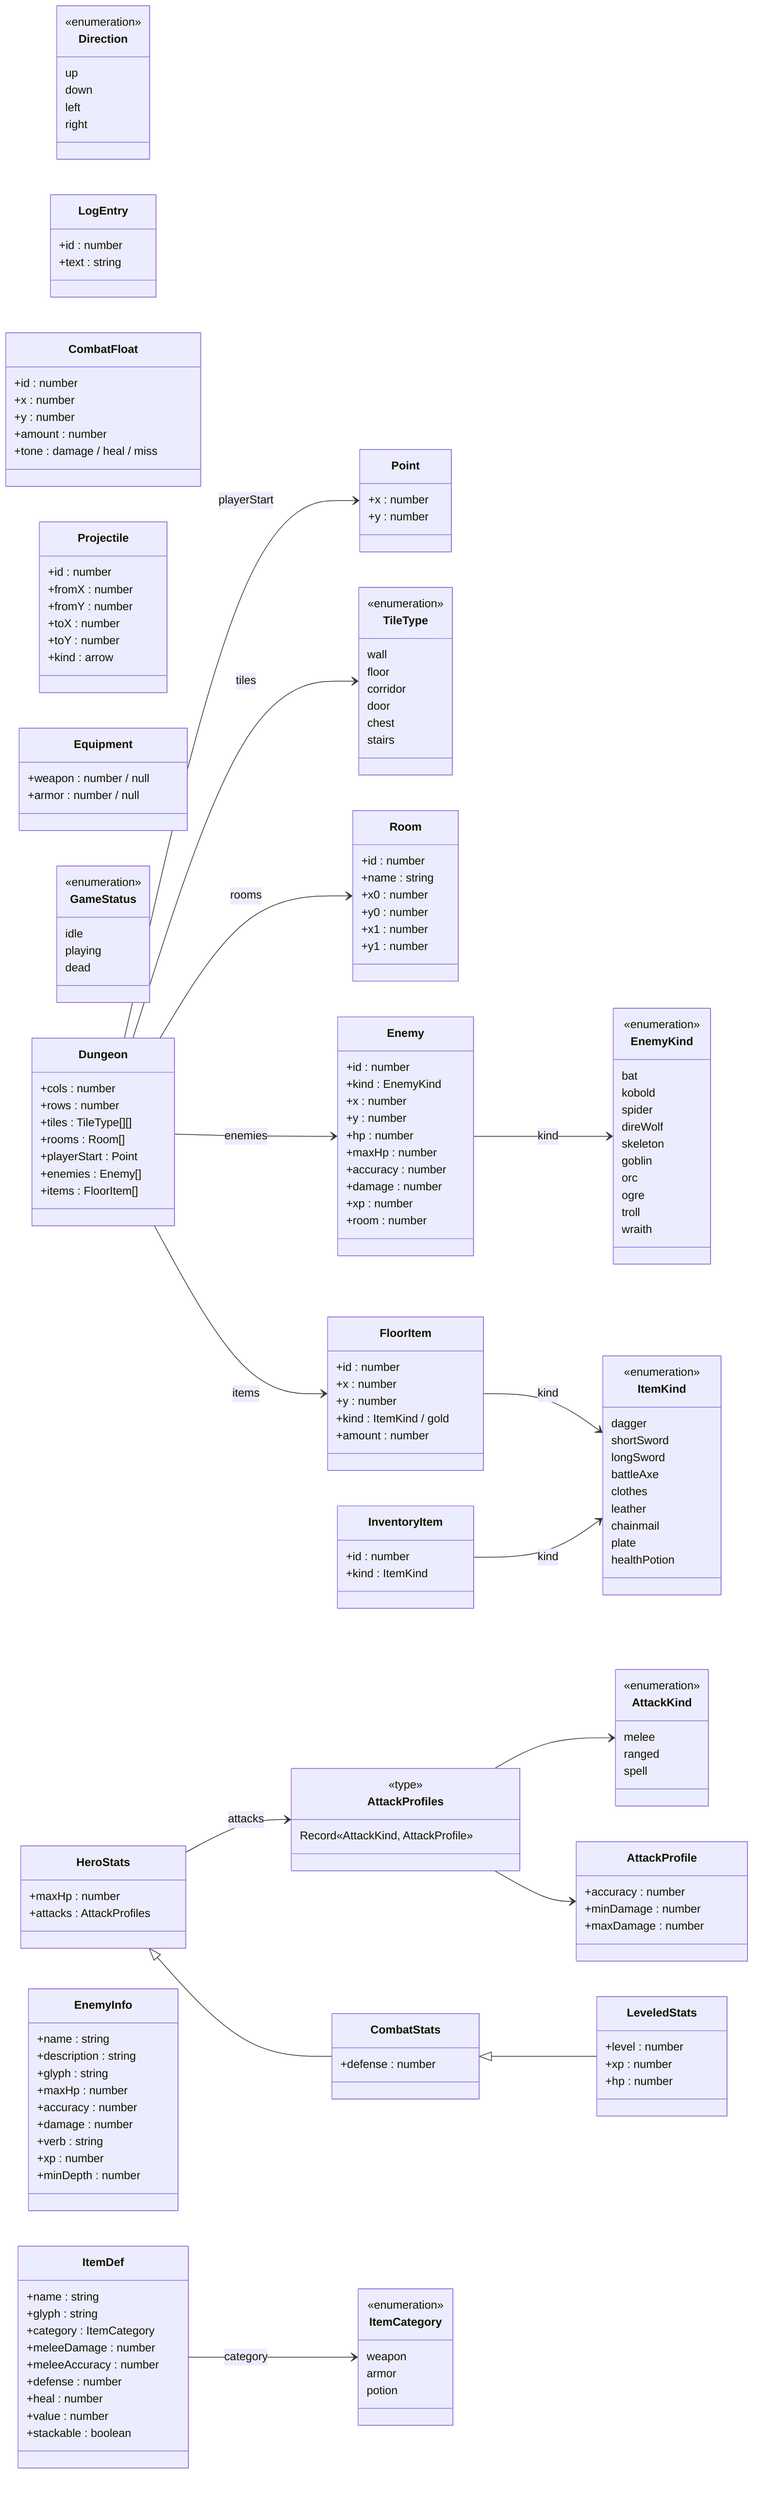
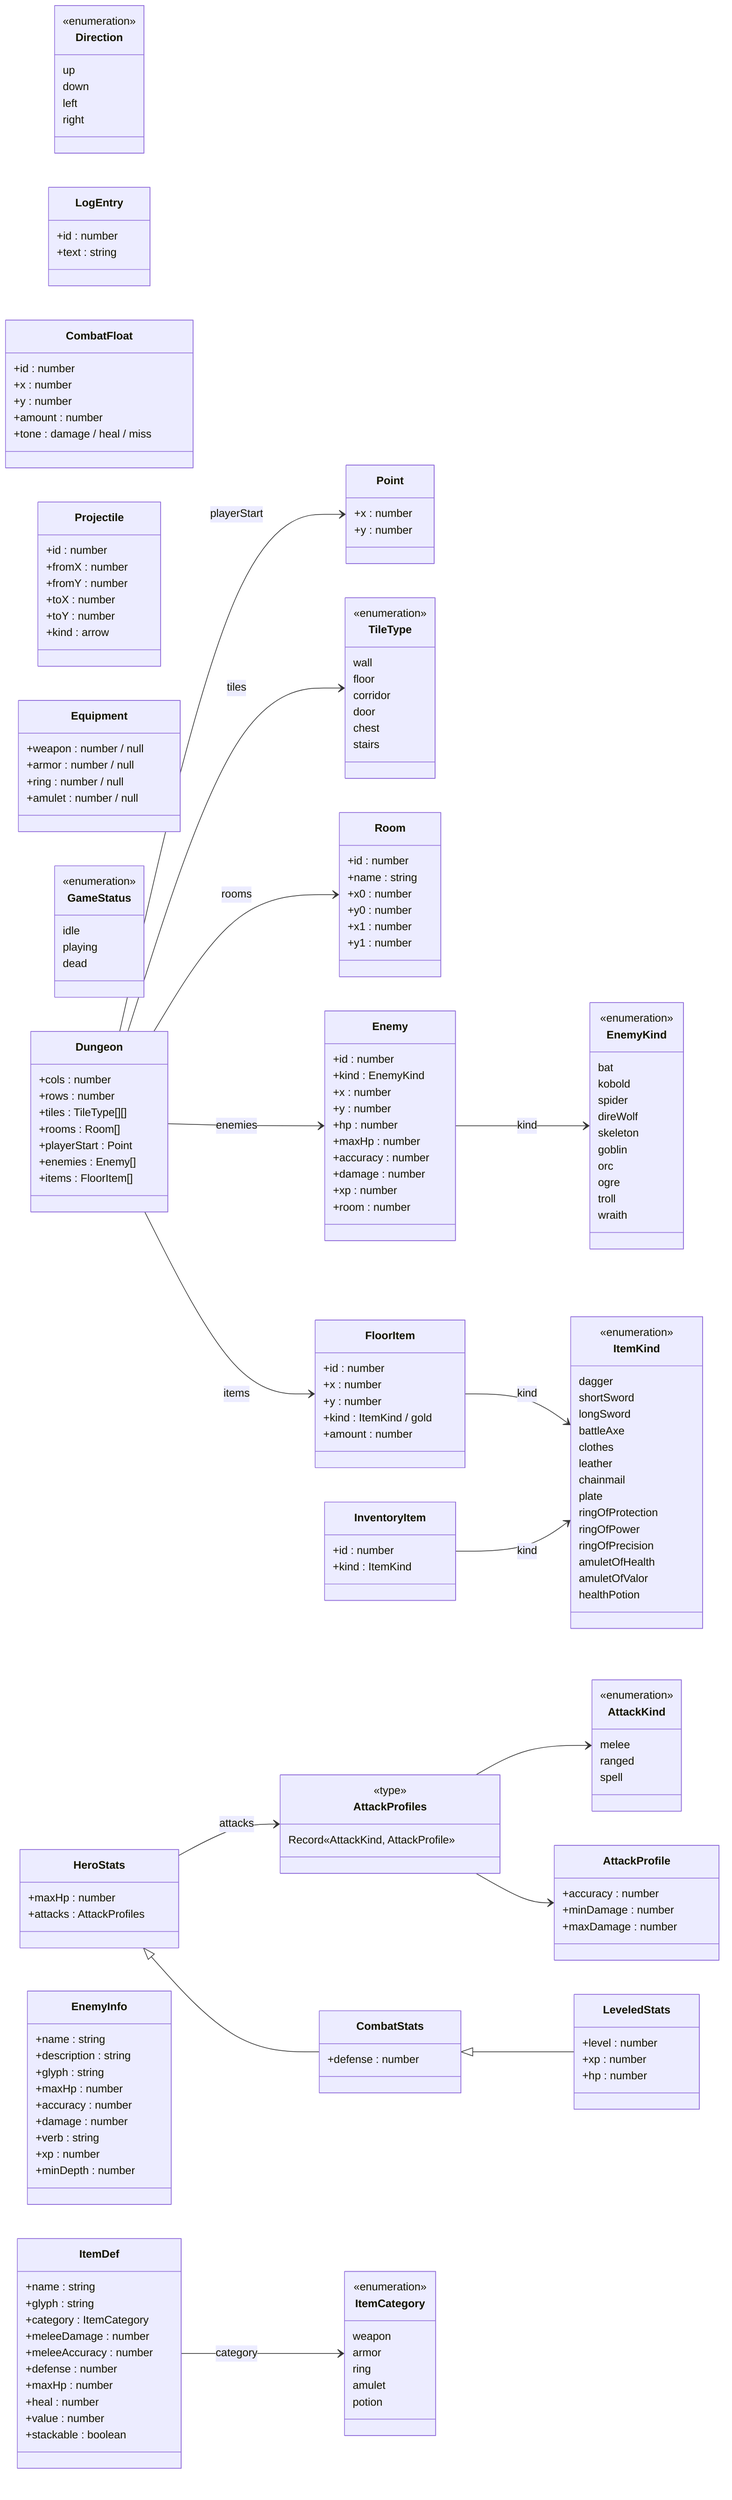
classDiagram
  direction LR
  class Point {
    +x : number
    +y : number
  }
  class Direction {
    <<enumeration>>
    up
    down
    left
    right
  }
  class TileType {
    <<enumeration>>
    wall
    floor
    corridor
    door
    chest
    stairs
  }
  class Room {
    +id : number
    +name : string
    +x0 : number
    +y0 : number
    +x1 : number
    +y1 : number
  }
  class LogEntry {
    +id : number
    +text : string
  }
  class CombatFloat {
    +id : number
    +x : number
    +y : number
    +amount : number
    +tone : damage / heal / miss
  }
  class Projectile {
    +id : number
    +fromX : number
    +fromY : number
    +toX : number
    +toY : number
    +kind : arrow
  }
  class InventoryItem {
    +id : number
    +kind : ItemKind
  }
  class FloorItem {
    +id : number
    +x : number
    +y : number
    +kind : ItemKind / gold
    +amount : number
  }
  class Equipment {
    +weapon : number / null
    +armor : number / null
+     +ring : number / null
+     +amulet : number / null
  }
  class AttackKind {
    <<enumeration>>
    melee
    ranged
    spell
  }
  class AttackProfile {
    +accuracy : number
    +minDamage : number
    +maxDamage : number
  }
  class AttackProfiles {
    <<type>>
    Record«AttackKind, AttackProfile»
  }
  class Enemy {
    +id : number
    +kind : EnemyKind
    +x : number
    +y : number
    +hp : number
    +maxHp : number
    +accuracy : number
    +damage : number
    +xp : number
    +room : number
  }
  class GameStatus {
    <<enumeration>>
    idle
    playing
    dead
  }
  class HeroStats {
    +maxHp : number
    +attacks : AttackProfiles
  }
  class CombatStats {
    +defense : number
  }
  class LeveledStats {
    +level : number
    +xp : number
    +hp : number
  }
  class Dungeon {
    +cols : number
    +rows : number
    +tiles : TileType[][]
    +rooms : Room[]
    +playerStart : Point
    +enemies : Enemy[]
    +items : FloorItem[]
  }
  class EnemyKind {
    <<enumeration>>
    bat
    kobold
    spider
    direWolf
    skeleton
    goblin
    orc
    ogre
    troll
    wraith
  }
  class EnemyInfo {
    +name : string
    +description : string
    +glyph : string
    +maxHp : number
    +accuracy : number
    +damage : number
    +verb : string
    +xp : number
    +minDepth : number
  }
  class ItemCategory {
    <<enumeration>>
    weapon
    armor
+     ring
+     amulet
    potion
  }
  class ItemKind {
    <<enumeration>>
    dagger
    shortSword
    longSword
    battleAxe
    clothes
    leather
    chainmail
    plate
+     ringOfProtection
+     ringOfPower
+     ringOfPrecision
+     amuletOfHealth
+     amuletOfValor
    healthPotion
  }
  class ItemDef {
    +name : string
    +glyph : string
    +category : ItemCategory
    +meleeDamage : number
    +meleeAccuracy : number
    +defense : number
+     +maxHp : number
    +heal : number
    +value : number
    +stackable : boolean
  }
  InventoryItem --> ItemKind : kind
  FloorItem --> ItemKind : kind
  AttackProfiles --> AttackKind
  AttackProfiles --> AttackProfile
  Enemy --> EnemyKind : kind
  HeroStats --> AttackProfiles : attacks
  HeroStats <|-- CombatStats
  CombatStats <|-- LeveledStats
  Dungeon --> TileType : tiles
  Dungeon --> Room : rooms
  Dungeon --> Point : playerStart
  Dungeon --> Enemy : enemies
  Dungeon --> FloorItem : items
  ItemDef --> ItemCategory : category
